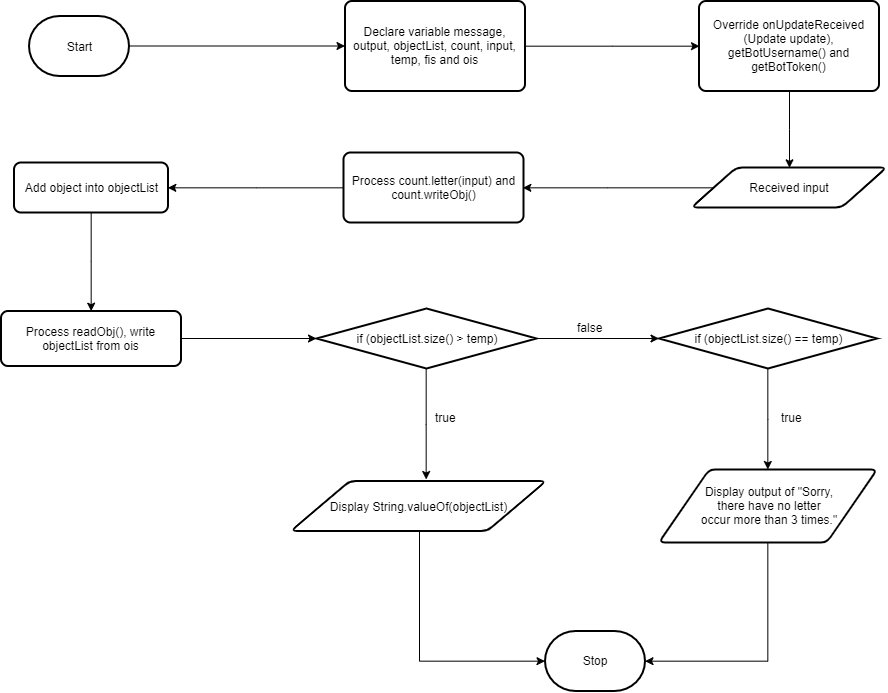
This is images/FlowDiagram_MyBot.png from LimWenLiang/Assignment-3, a draw.io export, as it was before one commit. Source tidied: cells renumbered, new cells last; positions are measured from the earlier drawing's top-left corner, leaving out a move shared by most shapes.
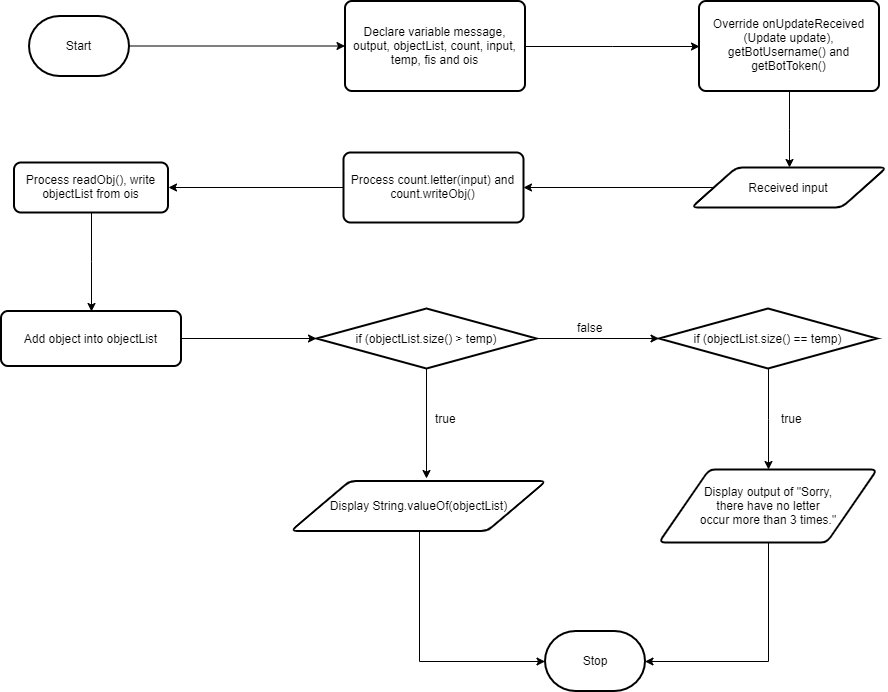
Above is the later version.

The edit, as a diff of the source:
```diff
@@ -35,13 +35,13 @@
     <mxCell id="12" style="edgeStyle=orthogonalEdgeStyle;rounded=0;jettySize=auto;html=1;entryX=0.5;entryY=0;entryDx=0;entryDy=0;" parent="1" edge="1" source="13" target="15">
       <mxGeometry relative="1" as="geometry" />
     </mxCell>
-    <mxCell id="13" value="Add object into objectList" style="rounded=1;whiteSpace=wrap;html=1;absoluteArcSize=1;arcSize=14;strokeWidth=2;" parent="1" vertex="1">
+    <mxCell id="13" value="Process readObj(), write objectList from ois" style="rounded=1;whiteSpace=wrap;html=1;absoluteArcSize=1;arcSize=14;strokeWidth=2;" parent="1" vertex="1">
       <mxGeometry x="13.5" y="161" width="154" height="50" as="geometry" />
     </mxCell>
     <mxCell id="14" style="edgeStyle=orthogonalEdgeStyle;rounded=0;jettySize=auto;html=1;" parent="1" edge="1" source="15" target="18">
       <mxGeometry relative="1" as="geometry" />
     </mxCell>
-    <mxCell id="15" value="Process readObj(), write objectList from ois" style="rounded=1;whiteSpace=wrap;html=1;absoluteArcSize=1;arcSize=14;strokeWidth=2;" parent="1" vertex="1">
+    <mxCell id="15" value="Add object into objectList" style="rounded=1;whiteSpace=wrap;html=1;absoluteArcSize=1;arcSize=14;strokeWidth=2;" parent="1" vertex="1">
       <mxGeometry x="0.5" y="309.5" width="180" height="55" as="geometry" />
     </mxCell>
     <mxCell id="16" style="edgeStyle=orthogonalEdgeStyle;rounded=0;jettySize=auto;html=1;" parent="1" edge="1" source="18" target="24">
```
